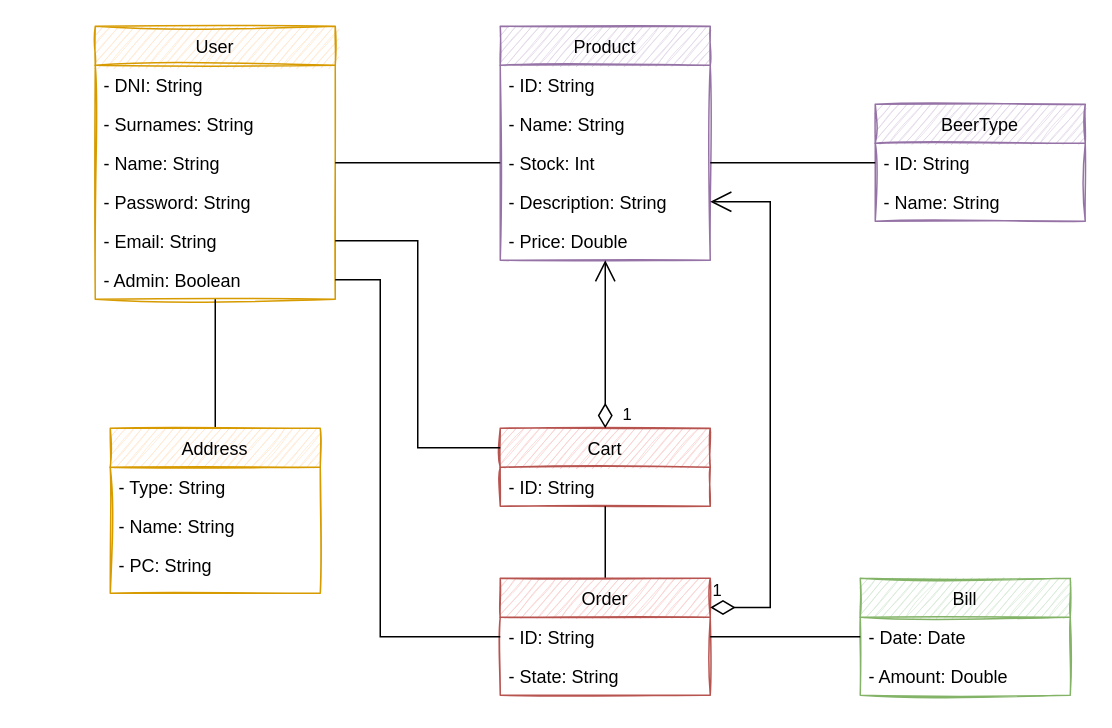
JosueGarciaAsensi/DSS keeps this draw.io diagram as _documentacion/diagrama.drawio. Above is the earlier version. Source tidied: cells renumbered, new cells numbered last; positions are measured from the earlier drawing's top-left corner, leaving out a move shared by most shapes. Both pictures are drawn from the tidied source at 150%, with x=0, y=0 at pixel (94, 26).
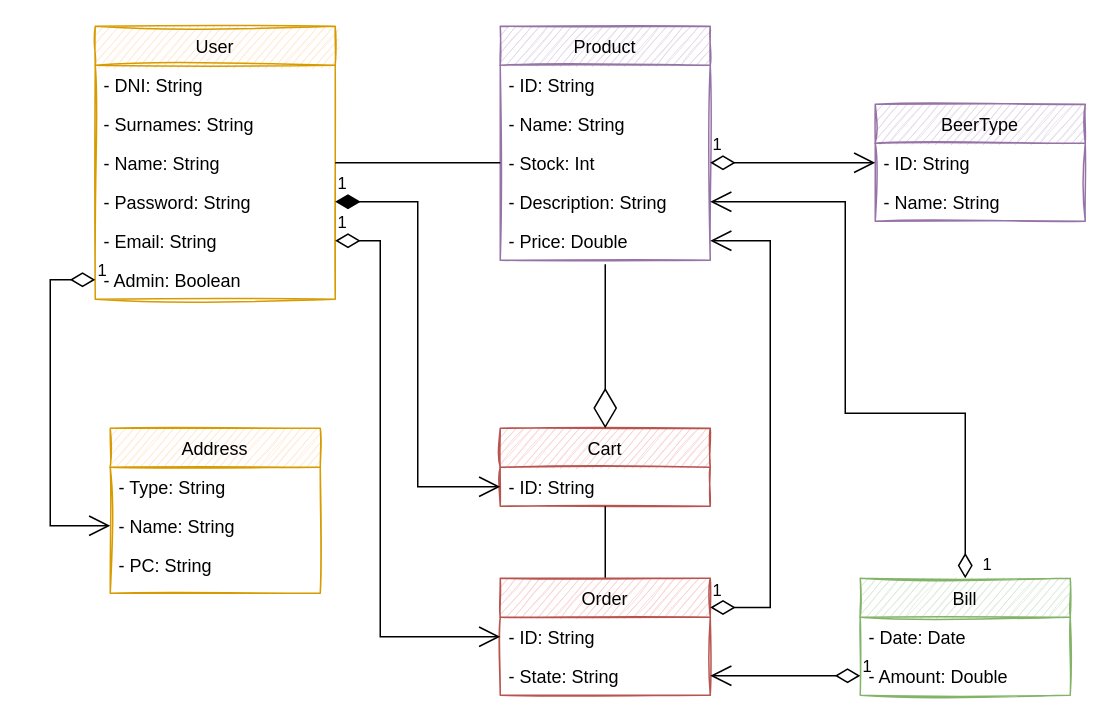
The same diagram, later.

Commit message:
Gracias por ser tan rapido, Jordi

Unchanged cells that the change refers to:
```xml
<mxCell id="2" value="User" style="swimlane;fontStyle=0;align=center;verticalAlign=top;horizontal=1;startSize=26;rounded=0;shadow=0;strokeWidth=1;fillColor=#ffe6cc;strokeColor=#d79b00;sketch=1;" parent="1" vertex="1">
  <mxGeometry width="160" height="182" as="geometry" />
</mxCell>
<mxCell id="6" value="- Password: String" style="text;align=left;verticalAlign=top;spacingLeft=4;spacingRight=4;overflow=hidden;points=[[0,0.5],[1,0.5]];portConstraint=eastwest;rounded=0;shadow=0;html=0;" parent="2" vertex="1">
  <mxGeometry y="104" width="160" height="26" as="geometry" />
</mxCell>
<mxCell id="7" value="- Email: String" style="text;align=left;verticalAlign=top;spacingLeft=4;spacingRight=4;overflow=hidden;points=[[0,0.5],[1,0.5]];portConstraint=eastwest;rounded=0;shadow=0;html=0;" parent="2" vertex="1">
  <mxGeometry y="130" width="160" height="26" as="geometry" />
</mxCell>
<mxCell id="8" value="- Admin: Boolean" style="text;align=left;verticalAlign=top;spacingLeft=4;spacingRight=4;overflow=hidden;points=[[0,0.5],[1,0.5]];portConstraint=eastwest;rounded=0;shadow=0;html=0;" parent="2" vertex="1">
  <mxGeometry y="156" width="160" height="26" as="geometry" />
</mxCell>
<mxCell id="10" value="Address" style="swimlane;fontStyle=0;horizontal=1;startSize=26;fillColor=#ffe6cc;strokeColor=#d79b00;sketch=1;" parent="1" vertex="1">
  <mxGeometry x="10" y="268" width="140" height="110" as="geometry" />
</mxCell>
<mxCell id="12" value="- Name: String" style="text;strokeColor=none;fillColor=none;align=left;verticalAlign=top;spacingLeft=4;spacingRight=4;overflow=hidden;points=[[0,0.5],[1,0.5]];portConstraint=eastwest;" parent="10" vertex="1">
  <mxGeometry y="52" width="140" height="26" as="geometry" />
</mxCell>
<mxCell id="14" value="Product" style="swimlane;fontStyle=0;horizontal=1;startSize=26;fillColor=#e1d5e7;strokeColor=#9673a6;sketch=1;" parent="1" vertex="1">
  <mxGeometry x="270" width="140" height="156" as="geometry" />
</mxCell>
<mxCell id="17" value="- Stock: Int" style="text;strokeColor=none;fillColor=none;align=left;verticalAlign=top;spacingLeft=4;spacingRight=4;overflow=hidden;points=[[0,0.5],[1,0.5]];portConstraint=eastwest;" parent="14" vertex="1">
  <mxGeometry y="78" width="140" height="26" as="geometry" />
</mxCell>
<mxCell id="18" value="- Description: String" style="text;strokeColor=none;fillColor=none;align=left;verticalAlign=top;spacingLeft=4;spacingRight=4;overflow=hidden;points=[[0,0.5],[1,0.5]];portConstraint=eastwest;" parent="14" vertex="1">
  <mxGeometry y="104" width="140" height="26" as="geometry" />
</mxCell>
<mxCell id="19" value="- Price: Double" style="text;strokeColor=none;fillColor=none;align=left;verticalAlign=top;spacingLeft=4;spacingRight=4;overflow=hidden;points=[[0,0.5],[1,0.5]];portConstraint=eastwest;" parent="14" vertex="1">
  <mxGeometry y="130" width="140" height="26" as="geometry" />
</mxCell>
<mxCell id="21" value="- ID: String" style="text;strokeColor=none;fillColor=none;align=left;verticalAlign=top;spacingLeft=4;spacingRight=4;overflow=hidden;points=[[0,0.5],[1,0.5]];portConstraint=eastwest;" parent="20" vertex="1">
  <mxGeometry y="26" width="140" height="26" as="geometry" />
</mxCell>
<mxCell id="23" value="Cart" style="swimlane;fontStyle=0;horizontal=1;startSize=26;fillColor=#f8cecc;strokeColor=#b85450;sketch=1;" parent="1" vertex="1">
  <mxGeometry x="270" y="268" width="140" height="52" as="geometry" />
</mxCell>
<mxCell id="24" value="- ID: String" style="text;strokeColor=none;fillColor=none;align=left;verticalAlign=top;spacingLeft=4;spacingRight=4;overflow=hidden;points=[[0,0.5],[1,0.5]];portConstraint=eastwest;" parent="23" vertex="1">
  <mxGeometry y="26" width="140" height="26" as="geometry" />
</mxCell>
<mxCell id="26" value="Order" style="swimlane;fontStyle=0;horizontal=1;startSize=26;fillColor=#f8cecc;strokeColor=#b85450;sketch=1;" parent="1" vertex="1">
  <mxGeometry x="270" y="368" width="140" height="78" as="geometry" />
</mxCell>
<mxCell id="27" value="- ID: String" style="text;strokeColor=none;fillColor=none;align=left;verticalAlign=top;spacingLeft=4;spacingRight=4;overflow=hidden;points=[[0,0.5],[1,0.5]];portConstraint=eastwest;" parent="26" vertex="1">
  <mxGeometry y="26" width="140" height="26" as="geometry" />
</mxCell>
<mxCell id="28" value="- State: String" style="text;strokeColor=none;fillColor=none;align=left;verticalAlign=top;spacingLeft=4;spacingRight=4;overflow=hidden;points=[[0,0.5],[1,0.5]];portConstraint=eastwest;" parent="26" vertex="1">
  <mxGeometry y="52" width="140" height="26" as="geometry" />
</mxCell>
<mxCell id="29" value="Bill" style="swimlane;fontStyle=0;horizontal=1;startSize=26;fillColor=#d5e8d4;strokeColor=#82b366;sketch=1;" parent="1" vertex="1">
  <mxGeometry x="510" y="368" width="140" height="78" as="geometry" />
</mxCell>
<mxCell id="30" value="- Date: Date" style="text;strokeColor=none;fillColor=none;align=left;verticalAlign=top;spacingLeft=4;spacingRight=4;overflow=hidden;points=[[0,0.5],[1,0.5]];portConstraint=eastwest;" parent="29" vertex="1">
  <mxGeometry y="26" width="140" height="26" as="geometry" />
</mxCell>
<mxCell id="31" value="- Amount: Double" style="text;strokeColor=none;fillColor=none;align=left;verticalAlign=top;spacingLeft=4;spacingRight=4;overflow=hidden;points=[[0,0.5],[1,0.5]];portConstraint=eastwest;" parent="29" vertex="1">
  <mxGeometry y="52" width="140" height="26" as="geometry" />
</mxCell>
```

What changed in the source:
```diff
@@
-    <mxCell id="9" style="edgeStyle=orthogonalEdgeStyle;rounded=0;jettySize=auto;html=1;exitX=0.5;exitY=0;exitDx=0;exitDy=0;endArrow=none;endFill=0;" parent="1" edge="1" source="10" target="2">
-      <mxGeometry relative="1" as="geometry" />
-    </mxCell>
@@
+    <mxCell id="38" value="1" style="endArrow=open;html=1;endSize=12;startArrow=diamondThin;startSize=14;startFill=0;edgeStyle=orthogonalEdgeStyle;align=left;verticalAlign=bottom;rounded=0;exitX=1;exitY=0.25;exitDx=0;exitDy=0;entryX=1;entryY=0.5;entryDx=0;entryDy=0;" parent="1" edge="1" source="26" target="19">
+      <mxGeometry x="-1" y="3" relative="1" as="geometry">
+        <Array as="points">
+          <mxPoint x="450" y="388" />
+          <mxPoint x="450" y="143" />
+        </Array>
+      </mxGeometry>
+    </mxCell>
+    <mxCell id="39" value="1" style="endArrow=open;html=1;endSize=12;startArrow=diamondThin;startSize=14;startFill=1;edgeStyle=orthogonalEdgeStyle;align=left;verticalAlign=bottom;rounded=0;exitX=1;exitY=0.5;exitDx=0;exitDy=0;" parent="1" edge="1" source="6" target="24">
+      <mxGeometry x="-1" y="3" relative="1" as="geometry" />
+    </mxCell>
+    <mxCell id="40" value="1" style="endArrow=open;html=1;endSize=12;startArrow=diamondThin;startSize=14;startFill=0;edgeStyle=orthogonalEdgeStyle;align=left;verticalAlign=bottom;rounded=0;exitX=0;exitY=0.5;exitDx=0;exitDy=0;entryX=1;entryY=0.5;entryDx=0;entryDy=0;" parent="1" edge="1" source="31" target="28">
+      <mxGeometry x="-1" y="3" relative="1" as="geometry" />
+    </mxCell>
-    <mxCell id="33" style="edgeStyle=orthogonalEdgeStyle;rounded=0;jettySize=auto;html=1;exitX=1;exitY=0.5;exitDx=0;exitDy=0;endArrow=none;endFill=0;entryX=0;entryY=0.5;entryDx=0;entryDy=0;" parent="1" edge="1" source="17" target="21">
-      <mxGeometry relative="1" as="geometry" />
+    <mxCell id="33" value="1" style="endArrow=open;html=1;endSize=12;startArrow=diamondThin;startSize=14;startFill=0;edgeStyle=orthogonalEdgeStyle;align=left;verticalAlign=bottom;rounded=0;exitX=1;exitY=0.5;exitDx=0;exitDy=0;entryX=0;entryY=0.5;entryDx=0;entryDy=0;" parent="1" edge="1" source="17" target="21">
+      <mxGeometry x="-1" y="3" relative="1" as="geometry" />
     </mxCell>
-    <mxCell id="34" value="1" style="endArrow=open;html=1;endSize=12;startArrow=diamondThin;startSize=14;startFill=0;edgeStyle=orthogonalEdgeStyle;align=left;verticalAlign=bottom;rounded=0;exitX=0.5;exitY=0;exitDx=0;exitDy=0;" parent="1" edge="1" source="23" target="14">
-      <mxGeometry x="-1" y="-10" relative="1" as="geometry" />
-    </mxCell>
-    <mxCell id="35" style="edgeStyle=orthogonalEdgeStyle;rounded=0;jettySize=auto;html=1;exitX=1;exitY=0.5;exitDx=0;exitDy=0;entryX=0;entryY=0.5;entryDx=0;entryDy=0;endArrow=none;endFill=0;" parent="1" edge="1" source="27" target="30">
-      <mxGeometry relative="1" as="geometry" />
-    </mxCell>
-    <mxCell id="36" style="edgeStyle=orthogonalEdgeStyle;rounded=0;jettySize=auto;html=1;exitX=1;exitY=0.5;exitDx=0;exitDy=0;entryX=0;entryY=0.25;entryDx=0;entryDy=0;endArrow=none;endFill=0;" parent="1" edge="1" source="7" target="23">
-      <mxGeometry relative="1" as="geometry" />
-    </mxCell>
-    <mxCell id="37" style="edgeStyle=orthogonalEdgeStyle;rounded=0;jettySize=auto;html=1;exitX=1;exitY=0.5;exitDx=0;exitDy=0;entryX=0;entryY=0.5;entryDx=0;entryDy=0;endArrow=none;endFill=0;" parent="1" edge="1" source="8" target="27">
-      <mxGeometry relative="1" as="geometry">
-        <Array as="points">
-          <mxPoint x="190" y="169" />
-          <mxPoint x="190" y="407" />
-        </Array>
-      </mxGeometry>
-    </mxCell>
-    <mxCell id="38" value="1" style="endArrow=open;html=1;endSize=12;startArrow=diamondThin;startSize=14;startFill=0;edgeStyle=orthogonalEdgeStyle;align=left;verticalAlign=bottom;rounded=0;exitX=1;exitY=0.25;exitDx=0;exitDy=0;entryX=1;entryY=0.5;entryDx=0;entryDy=0;" parent="1" edge="1" source="26" target="18">
-      <mxGeometry x="-1" y="3" relative="1" as="geometry">
-        <Array as="points">
-          <mxPoint x="450" y="388" />
-          <mxPoint x="450" y="117" />
-        </Array>
-      </mxGeometry>
-    </mxCell>
+    <mxCell id="41" value="1" style="endArrow=open;html=1;endSize=12;startArrow=diamondThin;startSize=14;startFill=0;edgeStyle=orthogonalEdgeStyle;align=left;verticalAlign=bottom;rounded=0;exitX=1;exitY=0.5;exitDx=0;exitDy=0;entryX=0;entryY=0.5;entryDx=0;entryDy=0;" parent="1" edge="1" source="7" target="27">
+      <mxGeometry x="-1" y="3" relative="1" as="geometry">
+        <Array as="points">
+          <mxPoint x="190" y="143" />
+          <mxPoint x="190" y="407" />
+        </Array>
+      </mxGeometry>
+    </mxCell>
+    <mxCell id="42" value="1" style="endArrow=open;html=1;endSize=12;startArrow=diamondThin;startSize=14;startFill=0;edgeStyle=orthogonalEdgeStyle;align=left;verticalAlign=bottom;rounded=0;exitX=0;exitY=0.5;exitDx=0;exitDy=0;entryX=0;entryY=0.5;entryDx=0;entryDy=0;" parent="1" edge="1" source="8" target="12">
+      <mxGeometry x="-1" y="3" relative="1" as="geometry">
+        <Array as="points">
+          <mxPoint x="-30" y="169" />
+          <mxPoint x="-30" y="333" />
+        </Array>
+      </mxGeometry>
+    </mxCell>
+    <mxCell id="43" value="1" style="endArrow=open;html=1;endSize=12;startArrow=diamondThin;startSize=14;startFill=0;edgeStyle=orthogonalEdgeStyle;align=left;verticalAlign=bottom;rounded=0;exitX=0.5;exitY=0;exitDx=0;exitDy=0;entryX=1;entryY=0.5;entryDx=0;entryDy=0;" parent="1" edge="1" source="29" target="18">
+      <mxGeometry x="-1" y="-10" relative="1" as="geometry">
+        <Array as="points">
+          <mxPoint x="580" y="258" />
+          <mxPoint x="500" y="258" />
+          <mxPoint x="500" y="117" />
+        </Array>
+      </mxGeometry>
+    </mxCell>
+    <mxCell id="44" style="endArrow=diamondThin;endFill=0;endSize=24;html=1;rounded=0;entryX=0.5;entryY=0;entryDx=0;entryDy=0;exitX=0.5;exitY=1.103;exitDx=0;exitDy=0;exitPerimeter=0;" parent="1" edge="1" source="19" target="23">
+      <mxGeometry relative="1" as="geometry" />
+    </mxCell>
```
